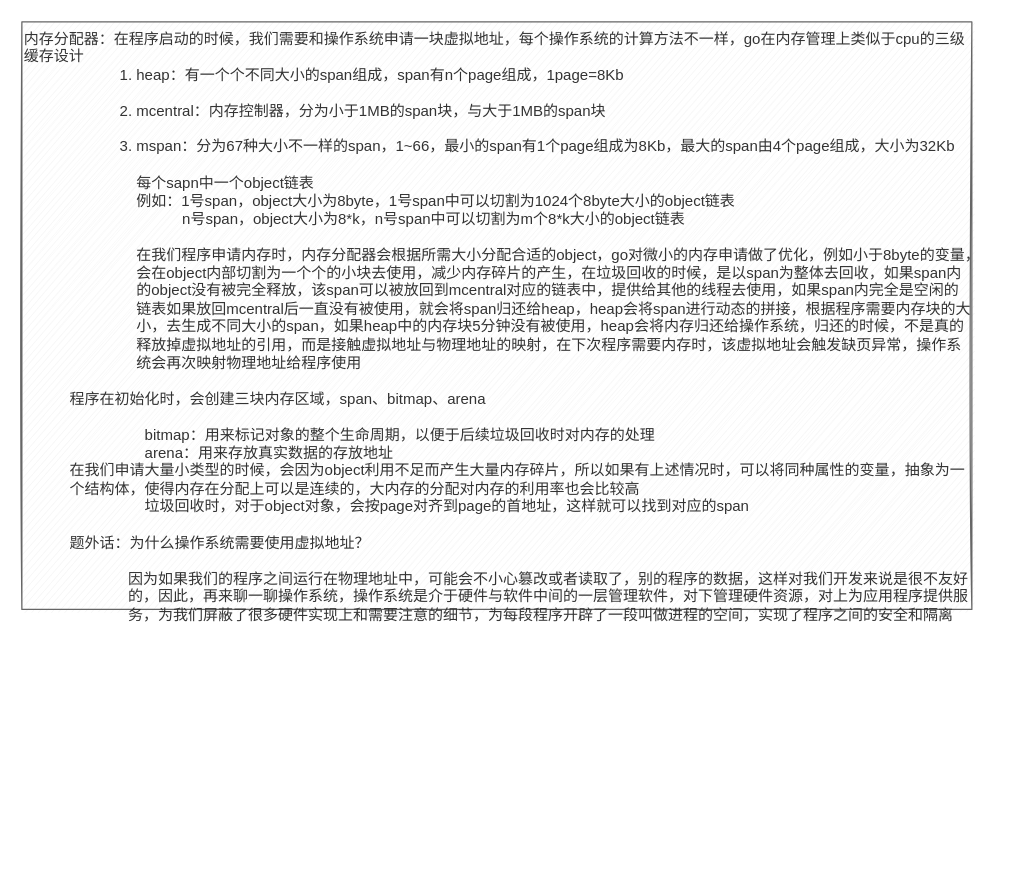
huoxingyun/drawio keeps this draw.io diagram as Golang.drawio. Above is the earlier version. Source tidied: cells renumbered, new cells numbered last; positions are measured from the earlier drawing's top-left corner, leaving out a move shared by most shapes. Both pictures are drawn from the tidied source at 125%, with x=0, y=0 at pixel (21, 21).
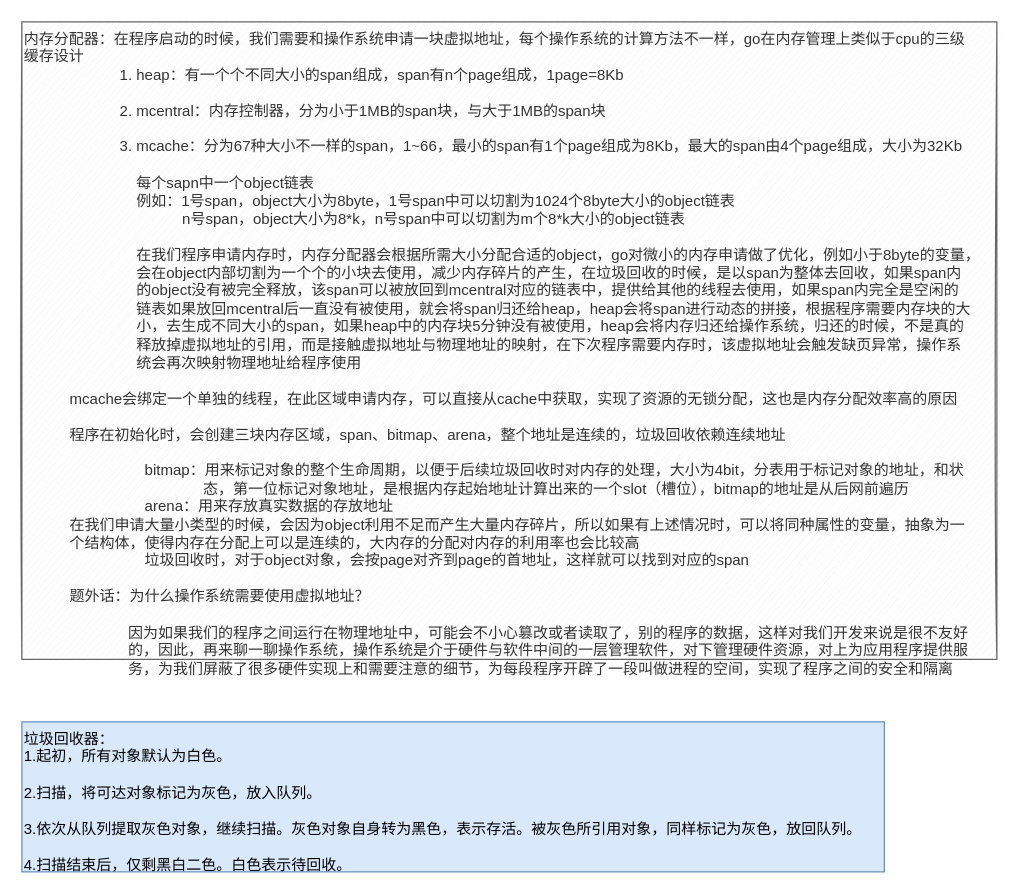
The same page after the edit.

Diff of the diagram source:
```diff
@@
 <mxGraphModel>
   <root>
     <mxCell id="0" />
     <mxCell id="1" parent="0" />
-    <mxCell id="2" value="内存分配器：在程序启动的时候，我们需要和操作系统申请一块虚拟地址，每个操作系统的计算方法不一样，go在内存管理上类似于cpu的三级&lt;br&gt;缓存设计&lt;br&gt;&amp;nbsp; &amp;nbsp; &amp;nbsp; &amp;nbsp; &amp;nbsp; &amp;nbsp; &amp;nbsp; &amp;nbsp; &amp;nbsp; &amp;nbsp; &amp;nbsp; &amp;nbsp;1. heap：有一个个不同大小的span组成，span有n个page组成，1page=8Kb&lt;br&gt;&lt;br&gt;&amp;nbsp; &amp;nbsp; &amp;nbsp; &amp;nbsp; &amp;nbsp; &amp;nbsp; &amp;nbsp; &amp;nbsp; &amp;nbsp; &amp;nbsp; &amp;nbsp; &amp;nbsp;2. mcentral：内存控制器，分为小于1MB的span块，与大于1MB的span块&lt;br&gt;&lt;br&gt;&amp;nbsp; &amp;nbsp; &amp;nbsp; &amp;nbsp; &amp;nbsp; &amp;nbsp; &amp;nbsp; &amp;nbsp; &amp;nbsp; &amp;nbsp; &amp;nbsp; &amp;nbsp;3. mspan：分为67种大小不一样的span，1~66，最小的span有1个page组成为8Kb，最大的span由4个page组成，大小为32Kb&lt;br&gt;&lt;br&gt;&amp;nbsp; &amp;nbsp; &amp;nbsp; &amp;nbsp; &amp;nbsp; &amp;nbsp; &amp;nbsp; &amp;nbsp; &amp;nbsp; &amp;nbsp; &amp;nbsp; &amp;nbsp; &amp;nbsp; &amp;nbsp;每个sapn中一个object链表&lt;br&gt;&amp;nbsp; &amp;nbsp; &amp;nbsp; &amp;nbsp; &amp;nbsp; &amp;nbsp; &amp;nbsp; &amp;nbsp; &amp;nbsp; &amp;nbsp; &amp;nbsp; &amp;nbsp; &amp;nbsp; &amp;nbsp;例如：1号span，object大小为8byte，1号span中可以切割为1024个8byte大小的object链表&lt;br&gt;&amp;nbsp; &amp;nbsp; &amp;nbsp; &amp;nbsp; &amp;nbsp; &amp;nbsp; &amp;nbsp; &amp;nbsp; &amp;nbsp; &amp;nbsp; &amp;nbsp; &amp;nbsp; &amp;nbsp; &amp;nbsp; &amp;nbsp; &amp;nbsp; &amp;nbsp; &amp;nbsp; &amp;nbsp; n号span，object大小为8*k，n号span中可以切割为m个8*k大小的object链表&lt;br&gt;&lt;br&gt;&amp;nbsp; &amp;nbsp; &amp;nbsp; &amp;nbsp; &amp;nbsp; &amp;nbsp; &amp;nbsp; &amp;nbsp; &amp;nbsp; &amp;nbsp; &amp;nbsp; &amp;nbsp; &amp;nbsp; &amp;nbsp;在我们程序申请内存时，内存分配器会根据所需大小分配合适的object，go对微小的内存申请做了优化，例如小于8byte的变量，&lt;br&gt;&amp;nbsp; &amp;nbsp; &amp;nbsp; &amp;nbsp; &amp;nbsp; &amp;nbsp; &amp;nbsp; &amp;nbsp; &amp;nbsp; &amp;nbsp; &amp;nbsp; &amp;nbsp; &amp;nbsp; &amp;nbsp;会在object内部切割为一个个的小块去使用，减少内存碎片的产生，在垃圾回收的时候，是以span为整体去回收，如果span内&lt;br&gt;&amp;nbsp; &amp;nbsp; &amp;nbsp; &amp;nbsp; &amp;nbsp; &amp;nbsp; &amp;nbsp; &amp;nbsp; &amp;nbsp; &amp;nbsp; &amp;nbsp; &amp;nbsp; &amp;nbsp; &amp;nbsp;的object没有被完全释放，该span可以被放回到mcentral对应的链表中，提供给其他的线程去使用，如果span内完全是空闲的&lt;br&gt;&amp;nbsp; &amp;nbsp; &amp;nbsp; &amp;nbsp; &amp;nbsp; &amp;nbsp; &amp;nbsp; &amp;nbsp; &amp;nbsp; &amp;nbsp; &amp;nbsp; &amp;nbsp; &amp;nbsp; &amp;nbsp;链表如果放回mcentral后一直没有被使用，就会将span归还给heap，heap会将span进行动态的拼接，根据程序需要内存块的大&lt;br&gt;&amp;nbsp; &amp;nbsp; &amp;nbsp; &amp;nbsp; &amp;nbsp; &amp;nbsp; &amp;nbsp; &amp;nbsp; &amp;nbsp; &amp;nbsp; &amp;nbsp; &amp;nbsp; &amp;nbsp; &amp;nbsp;小，去生成不同大小的span，如果heap中的内存块5分钟没有被使用，heap会将内存归还给操作系统，归还的时候，不是真的&lt;br&gt;&amp;nbsp; &amp;nbsp; &amp;nbsp; &amp;nbsp; &amp;nbsp; &amp;nbsp; &amp;nbsp; &amp;nbsp; &amp;nbsp; &amp;nbsp; &amp;nbsp; &amp;nbsp; &amp;nbsp; &amp;nbsp;释放掉虚拟地址的引用，而是接触虚拟地址与物理地址的映射，在下次程序需要内存时，该虚拟地址会触发缺页异常，操作系&lt;br&gt;&amp;nbsp; &amp;nbsp; &amp;nbsp; &amp;nbsp; &amp;nbsp; &amp;nbsp; &amp;nbsp; &amp;nbsp; &amp;nbsp; &amp;nbsp; &amp;nbsp; &amp;nbsp; &amp;nbsp; &amp;nbsp;统会再次映射物理地址给程序使用&lt;br&gt;&amp;nbsp; &amp;nbsp; &amp;nbsp; &amp;nbsp; &amp;nbsp; &amp;nbsp;&lt;br&gt;&amp;nbsp; &amp;nbsp; &amp;nbsp; &amp;nbsp; &amp;nbsp; &amp;nbsp;程序在初始化时，会创建三块内存区域，span、bitmap、arena&lt;br&gt;&amp;nbsp; &amp;nbsp; &amp;nbsp; &amp;nbsp; &amp;nbsp; &amp;nbsp; &amp;nbsp; &amp;nbsp; &amp;nbsp; &amp;nbsp; &amp;nbsp; &amp;nbsp; &amp;nbsp;&lt;br&gt;&amp;nbsp; &amp;nbsp; &amp;nbsp; &amp;nbsp; &amp;nbsp; &amp;nbsp; &amp;nbsp; &amp;nbsp; &amp;nbsp; &amp;nbsp; &amp;nbsp; &amp;nbsp; &amp;nbsp; &amp;nbsp; &amp;nbsp;bitmap：用来标记对象的整个生命周期，以便于后续垃圾回收时对内存的处理&lt;br&gt;&amp;nbsp; &amp;nbsp; &amp;nbsp; &amp;nbsp; &amp;nbsp; &amp;nbsp; &amp;nbsp; &amp;nbsp; &amp;nbsp; &amp;nbsp; &amp;nbsp; &amp;nbsp; &amp;nbsp; &amp;nbsp; &amp;nbsp;arena：用来存放真实数据的存放地址&lt;br&gt;&amp;nbsp; &amp;nbsp; &amp;nbsp; &amp;nbsp; &amp;nbsp; &amp;nbsp;在我们申请大量小类型的时候，会因为object利用不足而产生大量内存碎片，所以如果有上述情况时，可以将同种属性的变量，抽象为一&lt;br&gt;&amp;nbsp; &amp;nbsp; &amp;nbsp; &amp;nbsp; &amp;nbsp; &amp;nbsp;个结构体，使得内存在分配上可以是连续的，大内存的分配对内存的利用率也会比较高&lt;br&gt;&amp;nbsp; &amp;nbsp; &amp;nbsp; &amp;nbsp; &amp;nbsp; &amp;nbsp; &amp;nbsp; &amp;nbsp; &amp;nbsp; &amp;nbsp; &amp;nbsp; &amp;nbsp; &amp;nbsp; &amp;nbsp; &amp;nbsp;垃圾回收时，对于object对象，会按page对齐到page的首地址，这样就可以找到对应的span&lt;br&gt;&lt;br&gt;&amp;nbsp; &amp;nbsp; &amp;nbsp; &amp;nbsp; &amp;nbsp; &amp;nbsp;题外话：为什么操作系统需要使用虚拟地址？&lt;br&gt;&lt;br&gt;&amp;nbsp; &amp;nbsp; &amp;nbsp; &amp;nbsp; &amp;nbsp; &amp;nbsp; &amp;nbsp; &amp;nbsp; &amp;nbsp; &amp;nbsp; &amp;nbsp; &amp;nbsp; &amp;nbsp;因为如果我们的程序之间运行在物理地址中，可能会不小心篡改或者读取了，别的程序的数据，这样对我们开发来说是很不友好&lt;br&gt;&amp;nbsp; &amp;nbsp; &amp;nbsp; &amp;nbsp; &amp;nbsp; &amp;nbsp; &amp;nbsp; &amp;nbsp; &amp;nbsp; &amp;nbsp; &amp;nbsp; &amp;nbsp; &amp;nbsp;的，因此，再来聊一聊操作系统，操作系统是介于硬件与软件中间的一层管理软件，对下管理硬件资源，对上为应用程序提供服&lt;br&gt;&amp;nbsp; &amp;nbsp; &amp;nbsp; &amp;nbsp; &amp;nbsp; &amp;nbsp; &amp;nbsp; &amp;nbsp; &amp;nbsp; &amp;nbsp; &amp;nbsp; &amp;nbsp; &amp;nbsp;务，为我们屏蔽了很多硬件实现上和需要注意的细节，为每段程序开辟了一段叫做进程的空间，实现了程序之间的安全和隔离" style="text;align=left;verticalAlign=top;strokeWidth=1;perimeterSpacing=0;labelBorderColor=none;labelBackgroundColor=none;html=1;fillOpacity=100;fillColor=#f5f5f5;strokeColor=#666666;rounded=0;shadow=0;glass=0;sketch=1;fontColor=#333333;" parent="1" vertex="1">
-      <mxGeometry width="760" height="470" as="geometry" />
+    <mxCell id="2" value="内存分配器：在程序启动的时候，我们需要和操作系统申请一块虚拟地址，每个操作系统的计算方法不一样，go在内存管理上类似于cpu的三级&lt;br&gt;缓存设计&lt;br&gt;&amp;nbsp; &amp;nbsp; &amp;nbsp; &amp;nbsp; &amp;nbsp; &amp;nbsp; &amp;nbsp; &amp;nbsp; &amp;nbsp; &amp;nbsp; &amp;nbsp; &amp;nbsp;1. heap：有一个个不同大小的span组成，span有n个page组成，1page=8Kb&lt;br&gt;&lt;br&gt;&amp;nbsp; &amp;nbsp; &amp;nbsp; &amp;nbsp; &amp;nbsp; &amp;nbsp; &amp;nbsp; &amp;nbsp; &amp;nbsp; &amp;nbsp; &amp;nbsp; &amp;nbsp;2. mcentral：内存控制器，分为小于1MB的span块，与大于1MB的span块&lt;br&gt;&lt;br&gt;&amp;nbsp; &amp;nbsp; &amp;nbsp; &amp;nbsp; &amp;nbsp; &amp;nbsp; &amp;nbsp; &amp;nbsp; &amp;nbsp; &amp;nbsp; &amp;nbsp; &amp;nbsp;3. mcache：分为67种大小不一样的span，1~66，最小的span有1个page组成为8Kb，最大的span由4个page组成，大小为32Kb&lt;br&gt;&lt;br&gt;&amp;nbsp; &amp;nbsp; &amp;nbsp; &amp;nbsp; &amp;nbsp; &amp;nbsp; &amp;nbsp; &amp;nbsp; &amp;nbsp; &amp;nbsp; &amp;nbsp; &amp;nbsp; &amp;nbsp; &amp;nbsp;每个sapn中一个object链表&lt;br&gt;&amp;nbsp; &amp;nbsp; &amp;nbsp; &amp;nbsp; &amp;nbsp; &amp;nbsp; &amp;nbsp; &amp;nbsp; &amp;nbsp; &amp;nbsp; &amp;nbsp; &amp;nbsp; &amp;nbsp; &amp;nbsp;例如：1号span，object大小为8byte，1号span中可以切割为1024个8byte大小的object链表&lt;br&gt;&amp;nbsp; &amp;nbsp; &amp;nbsp; &amp;nbsp; &amp;nbsp; &amp;nbsp; &amp;nbsp; &amp;nbsp; &amp;nbsp; &amp;nbsp; &amp;nbsp; &amp;nbsp; &amp;nbsp; &amp;nbsp; &amp;nbsp; &amp;nbsp; &amp;nbsp; &amp;nbsp; &amp;nbsp; n号span，object大小为8*k，n号span中可以切割为m个8*k大小的object链表&lt;br&gt;&lt;br&gt;&amp;nbsp; &amp;nbsp; &amp;nbsp; &amp;nbsp; &amp;nbsp; &amp;nbsp; &amp;nbsp; &amp;nbsp; &amp;nbsp; &amp;nbsp; &amp;nbsp; &amp;nbsp; &amp;nbsp; &amp;nbsp;在我们程序申请内存时，内存分配器会根据所需大小分配合适的object，go对微小的内存申请做了优化，例如小于8byte的变量，&lt;br&gt;&amp;nbsp; &amp;nbsp; &amp;nbsp; &amp;nbsp; &amp;nbsp; &amp;nbsp; &amp;nbsp; &amp;nbsp; &amp;nbsp; &amp;nbsp; &amp;nbsp; &amp;nbsp; &amp;nbsp; &amp;nbsp;会在object内部切割为一个个的小块去使用，减少内存碎片的产生，在垃圾回收的时候，是以span为整体去回收，如果span内&lt;br&gt;&amp;nbsp; &amp;nbsp; &amp;nbsp; &amp;nbsp; &amp;nbsp; &amp;nbsp; &amp;nbsp; &amp;nbsp; &amp;nbsp; &amp;nbsp; &amp;nbsp; &amp;nbsp; &amp;nbsp; &amp;nbsp;的object没有被完全释放，该span可以被放回到mcentral对应的链表中，提供给其他的线程去使用，如果span内完全是空闲的&lt;br&gt;&amp;nbsp; &amp;nbsp; &amp;nbsp; &amp;nbsp; &amp;nbsp; &amp;nbsp; &amp;nbsp; &amp;nbsp; &amp;nbsp; &amp;nbsp; &amp;nbsp; &amp;nbsp; &amp;nbsp; &amp;nbsp;链表如果放回mcentral后一直没有被使用，就会将span归还给heap，heap会将span进行动态的拼接，根据程序需要内存块的大&lt;br&gt;&amp;nbsp; &amp;nbsp; &amp;nbsp; &amp;nbsp; &amp;nbsp; &amp;nbsp; &amp;nbsp; &amp;nbsp; &amp;nbsp; &amp;nbsp; &amp;nbsp; &amp;nbsp; &amp;nbsp; &amp;nbsp;小，去生成不同大小的span，如果heap中的内存块5分钟没有被使用，heap会将内存归还给操作系统，归还的时候，不是真的&lt;br&gt;&amp;nbsp; &amp;nbsp; &amp;nbsp; &amp;nbsp; &amp;nbsp; &amp;nbsp; &amp;nbsp; &amp;nbsp; &amp;nbsp; &amp;nbsp; &amp;nbsp; &amp;nbsp; &amp;nbsp; &amp;nbsp;释放掉虚拟地址的引用，而是接触虚拟地址与物理地址的映射，在下次程序需要内存时，该虚拟地址会触发缺页异常，操作系&lt;br&gt;&amp;nbsp; &amp;nbsp; &amp;nbsp; &amp;nbsp; &amp;nbsp; &amp;nbsp; &amp;nbsp; &amp;nbsp; &amp;nbsp; &amp;nbsp; &amp;nbsp; &amp;nbsp; &amp;nbsp; &amp;nbsp;统会再次映射物理地址给程序使用&lt;br&gt;&amp;nbsp; &amp;nbsp; &amp;nbsp; &amp;nbsp; &amp;nbsp; &amp;nbsp;&lt;br&gt;&amp;nbsp; &amp;nbsp; &amp;nbsp; &amp;nbsp; &amp;nbsp; &amp;nbsp;mcache会绑定一个单独的线程，在此区域申请内存，可以直接从cache中获取，实现了资源的无锁分配，这也是内存分配效率高的原因&lt;br&gt;&amp;nbsp; &amp;nbsp; &amp;nbsp; &amp;nbsp; &amp;nbsp; &amp;nbsp;&lt;br&gt;&amp;nbsp; &amp;nbsp; &amp;nbsp; &amp;nbsp; &amp;nbsp; &amp;nbsp;程序在初始化时，会创建三块内存区域，span、bitmap、arena，整个地址是连续的，垃圾回收依赖连续地址&lt;br&gt;&amp;nbsp; &amp;nbsp; &amp;nbsp; &amp;nbsp; &amp;nbsp; &amp;nbsp; &amp;nbsp; &amp;nbsp; &amp;nbsp; &amp;nbsp; &amp;nbsp; &amp;nbsp; &amp;nbsp;&lt;br&gt;&amp;nbsp; &amp;nbsp; &amp;nbsp; &amp;nbsp; &amp;nbsp; &amp;nbsp; &amp;nbsp; &amp;nbsp; &amp;nbsp; &amp;nbsp; &amp;nbsp; &amp;nbsp; &amp;nbsp; &amp;nbsp; &amp;nbsp;bitmap：用来标记对象的整个生命周期，以便于后续垃圾回收时对内存的处理，大小为4bit，分表用于标记对象的地址，和状&lt;br&gt;&amp;nbsp; &amp;nbsp; &amp;nbsp; &amp;nbsp; &amp;nbsp; &amp;nbsp; &amp;nbsp; &amp;nbsp; &amp;nbsp; &amp;nbsp; &amp;nbsp; &amp;nbsp; &amp;nbsp; &amp;nbsp; &amp;nbsp; &amp;nbsp; &amp;nbsp; &amp;nbsp; &amp;nbsp; &amp;nbsp; &amp;nbsp; &amp;nbsp;态，第一位标记对象地址，是根据内存起始地址计算出来的一个slot（槽位），bitmap的地址是从后网前遍历&lt;br&gt;&amp;nbsp; &amp;nbsp; &amp;nbsp; &amp;nbsp; &amp;nbsp; &amp;nbsp; &amp;nbsp; &amp;nbsp; &amp;nbsp; &amp;nbsp; &amp;nbsp; &amp;nbsp; &amp;nbsp; &amp;nbsp; &amp;nbsp;arena：用来存放真实数据的存放地址&lt;br&gt;&amp;nbsp; &amp;nbsp; &amp;nbsp; &amp;nbsp; &amp;nbsp; &amp;nbsp;在我们申请大量小类型的时候，会因为object利用不足而产生大量内存碎片，所以如果有上述情况时，可以将同种属性的变量，抽象为一&lt;br&gt;&amp;nbsp; &amp;nbsp; &amp;nbsp; &amp;nbsp; &amp;nbsp; &amp;nbsp;个结构体，使得内存在分配上可以是连续的，大内存的分配对内存的利用率也会比较高&lt;br&gt;&amp;nbsp; &amp;nbsp; &amp;nbsp; &amp;nbsp; &amp;nbsp; &amp;nbsp; &amp;nbsp; &amp;nbsp; &amp;nbsp; &amp;nbsp; &amp;nbsp; &amp;nbsp; &amp;nbsp; &amp;nbsp; &amp;nbsp;垃圾回收时，对于object对象，会按page对齐到page的首地址，这样就可以找到对应的span&lt;br&gt;&lt;br&gt;&amp;nbsp; &amp;nbsp; &amp;nbsp; &amp;nbsp; &amp;nbsp; &amp;nbsp;题外话：为什么操作系统需要使用虚拟地址？&lt;br&gt;&lt;br&gt;&amp;nbsp; &amp;nbsp; &amp;nbsp; &amp;nbsp; &amp;nbsp; &amp;nbsp; &amp;nbsp; &amp;nbsp; &amp;nbsp; &amp;nbsp; &amp;nbsp; &amp;nbsp; &amp;nbsp;因为如果我们的程序之间运行在物理地址中，可能会不小心篡改或者读取了，别的程序的数据，这样对我们开发来说是很不友好&lt;br&gt;&amp;nbsp; &amp;nbsp; &amp;nbsp; &amp;nbsp; &amp;nbsp; &amp;nbsp; &amp;nbsp; &amp;nbsp; &amp;nbsp; &amp;nbsp; &amp;nbsp; &amp;nbsp; &amp;nbsp;的，因此，再来聊一聊操作系统，操作系统是介于硬件与软件中间的一层管理软件，对下管理硬件资源，对上为应用程序提供服&lt;br&gt;&amp;nbsp; &amp;nbsp; &amp;nbsp; &amp;nbsp; &amp;nbsp; &amp;nbsp; &amp;nbsp; &amp;nbsp; &amp;nbsp; &amp;nbsp; &amp;nbsp; &amp;nbsp; &amp;nbsp;务，为我们屏蔽了很多硬件实现上和需要注意的细节，为每段程序开辟了一段叫做进程的空间，实现了程序之间的安全和隔离" style="text;align=left;verticalAlign=top;strokeWidth=1;perimeterSpacing=0;labelBorderColor=none;labelBackgroundColor=none;html=1;fillOpacity=100;fillColor=#f5f5f5;strokeColor=#666666;rounded=0;shadow=0;glass=0;sketch=1;fontColor=#333333;" parent="1" vertex="1">
+      <mxGeometry width="780" height="510" as="geometry" />
     </mxCell>
+    <mxCell id="3" value="垃圾回收器：&lt;br&gt;&lt;div&gt;1.起初，所有对象默认为白色。&lt;/div&gt;&lt;div&gt;&lt;br&gt;&lt;/div&gt;&lt;div&gt;2.扫描，将可达对象标记为灰色，放入队列。&lt;/div&gt;&lt;div&gt;&lt;br&gt;&lt;/div&gt;&lt;div&gt;3.依次从队列提取灰色对象，继续扫描。&lt;span&gt;灰色对象自身转为黑色，表示存活。&lt;/span&gt;&lt;span&gt;被灰色所引用对象，同样标记为灰色，放回队列。&lt;/span&gt;&lt;/div&gt;&lt;div&gt;&lt;br&gt;&lt;/div&gt;&lt;div&gt;4.扫描结束后，仅剩黑白二色。白色表示待回收。&lt;/div&gt;" style="text;html=1;align=left;verticalAlign=top;fillColor=#dae8fc;strokeColor=#6c8ebf;sketch=0;" parent="1" vertex="1">
+      <mxGeometry y="560" width="690" height="120" as="geometry" />
+    </mxCell>
   </root>
 </mxGraphModel>
```
